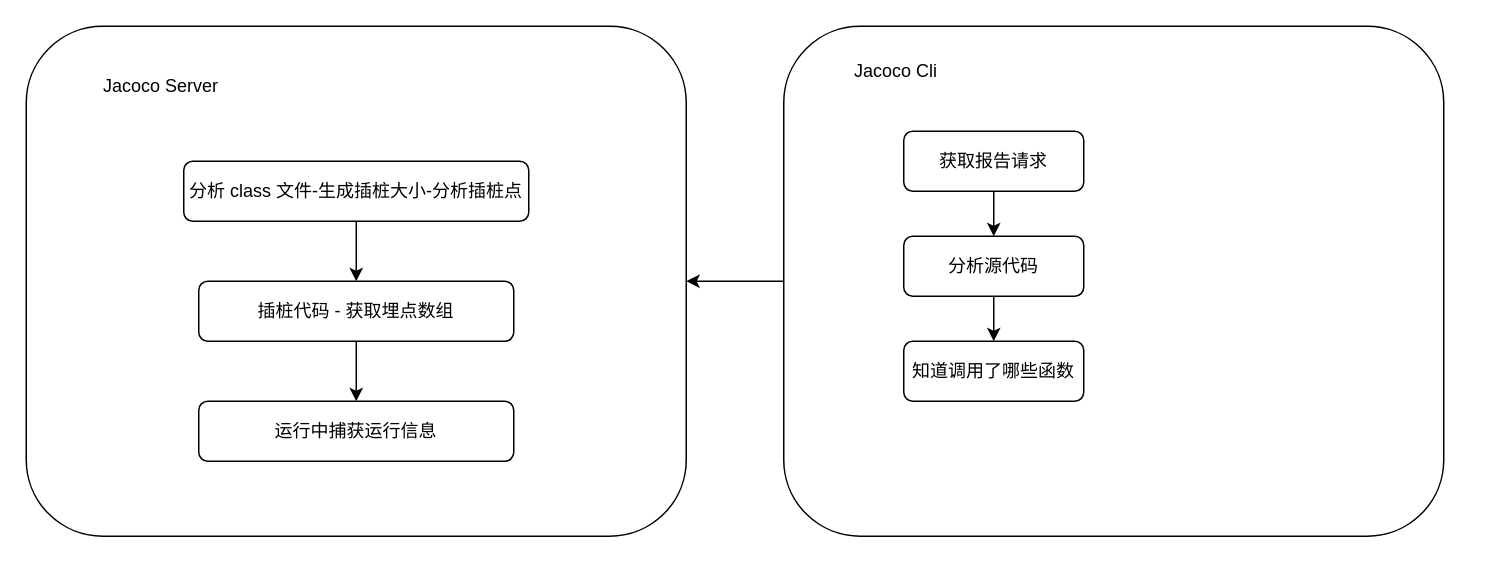
This is draw.io/jacoco 流程.drawio from KeatonLi/pictures, a draw.io file, before an edit. Source tidied: cells renumbered, new cells numbered last; positions are measured from the earlier drawing's top-left corner, leaving out a move shared by most shapes. Both pictures are drawn from the tidied source at 150%, with x=0, y=0 at pixel (26, 26).
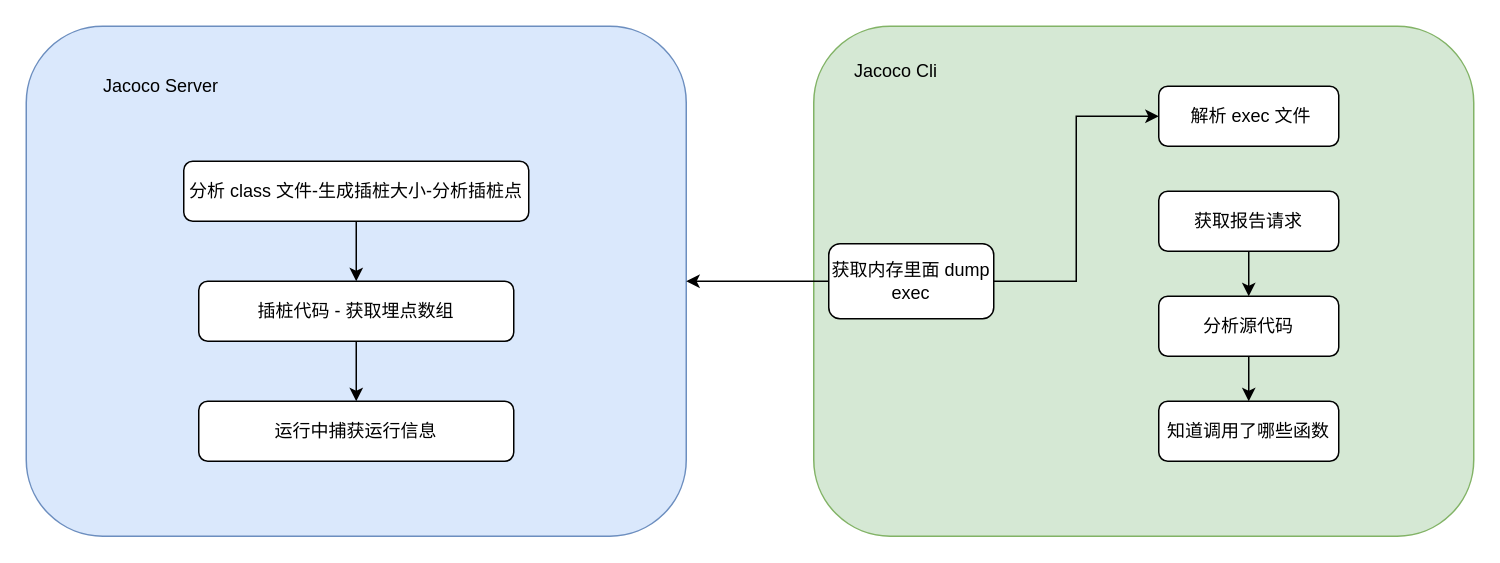
The same page after the edit.

What changed in the source:
```diff
@@
 <mxGraphModel>
   <root>
     <mxCell id="0" />
     <mxCell id="1" parent="0" />
-    <mxCell id="2" style="rounded=1;whiteSpace=wrap;html=1;" parent="1" vertex="1">
-      <mxGeometry x="505" width="440" height="340" as="geometry" />
+    <mxCell id="2" style="rounded=1;whiteSpace=wrap;html=1;fillColor=#d5e8d4;strokeColor=#82b366;" parent="1" vertex="1">
+      <mxGeometry x="525" width="440" height="340" as="geometry" />
     </mxCell>
-    <mxCell id="3" style="rounded=1;whiteSpace=wrap;html=1;" parent="1" vertex="1">
+    <mxCell id="3" style="rounded=1;whiteSpace=wrap;html=1;fillColor=#dae8fc;strokeColor=#6c8ebf;" parent="1" vertex="1">
       <mxGeometry width="440" height="340" as="geometry" />
     </mxCell>
     <mxCell id="4" style="edgeStyle=orthogonalEdgeStyle;rounded=0;jettySize=auto;html=1;" parent="1" edge="1" source="5" target="8">
       <mxGeometry relative="1" as="geometry" />
     </mxCell>
     <mxCell id="5" value="插桩代码 - 获取埋点数组" style="rounded=1;whiteSpace=wrap;html=1;" parent="1" vertex="1">
       <mxGeometry x="115" y="170" width="210" height="40" as="geometry" />
     </mxCell>
     <mxCell id="6" style="edgeStyle=orthogonalEdgeStyle;rounded=0;jettySize=auto;html=1;" parent="1" edge="1" source="7" target="5">
       <mxGeometry relative="1" as="geometry" />
     </mxCell>
     <mxCell id="7" value="分析 class 文件-生成插桩大小-分析插桩点" style="rounded=1;whiteSpace=wrap;html=1;" parent="1" vertex="1">
       <mxGeometry x="105" y="90" width="230" height="40" as="geometry" />
     </mxCell>
     <mxCell id="8" value="运行中捕获运行信息" style="rounded=1;whiteSpace=wrap;html=1;" parent="1" vertex="1">
       <mxGeometry x="115" y="250" width="210" height="40" as="geometry" />
     </mxCell>
     <mxCell id="9" value="Jacoco Server" style="text;html=1;align=center;verticalAlign=middle;whiteSpace=wrap;rounded=0;" parent="1" vertex="1">
       <mxGeometry x="25" y="30" width="130" height="20" as="geometry" />
     </mxCell>
     <mxCell id="10" value="Jacoco Cli" style="text;html=1;align=center;verticalAlign=middle;whiteSpace=wrap;rounded=0;" parent="1" vertex="1">
       <mxGeometry x="515" y="20" width="130" height="20" as="geometry" />
     </mxCell>
     <mxCell id="11" style="edgeStyle=orthogonalEdgeStyle;rounded=0;jettySize=auto;html=1;entryX=0.5;entryY=0;entryDx=0;entryDy=0;" parent="1" edge="1" source="12" target="14">
       <mxGeometry relative="1" as="geometry" />
     </mxCell>
     <mxCell id="12" value="获取报告请求" style="rounded=1;whiteSpace=wrap;html=1;" parent="1" vertex="1">
-      <mxGeometry x="585" y="70" width="120" height="40" as="geometry" />
+      <mxGeometry x="755" y="110" width="120" height="40" as="geometry" />
     </mxCell>
     <mxCell id="13" style="edgeStyle=orthogonalEdgeStyle;rounded=0;jettySize=auto;html=1;" parent="1" edge="1" source="14" target="16">
       <mxGeometry relative="1" as="geometry" />
     </mxCell>
     <mxCell id="14" value="分析源代码" style="rounded=1;whiteSpace=wrap;html=1;" parent="1" vertex="1">
-      <mxGeometry x="585" y="140" width="120" height="40" as="geometry" />
+      <mxGeometry x="755" y="180" width="120" height="40" as="geometry" />
     </mxCell>
-    <mxCell id="15" style="endArrow=classic;html=1;rounded=0;entryX=1;entryY=0.5;entryDx=0;entryDy=0;exitX=0;exitY=0.5;exitDx=0;exitDy=0;" parent="1" edge="1" source="2" target="3">
+    <mxCell id="15" style="endArrow=classic;html=1;rounded=0;entryX=1;entryY=0.5;entryDx=0;entryDy=0;exitX=0;exitY=0.5;exitDx=0;exitDy=0;" parent="1" edge="1" source="18" target="3">
       <mxGeometry relative="1" as="geometry" />
     </mxCell>
     <mxCell id="16" value="知道调用了哪些函数" style="rounded=1;whiteSpace=wrap;html=1;" parent="1" vertex="1">
-      <mxGeometry x="585" y="210" width="120" height="40" as="geometry" />
+      <mxGeometry x="755" y="250" width="120" height="40" as="geometry" />
     </mxCell>
+    <mxCell id="17" style="edgeStyle=orthogonalEdgeStyle;rounded=0;jettySize=auto;html=1;entryX=0;entryY=0.5;entryDx=0;entryDy=0;" parent="1" edge="1" source="18" target="19">
+      <mxGeometry relative="1" as="geometry" />
+    </mxCell>
+    <mxCell id="18" value="获取内存里面 dump&lt;br&gt;exec" style="rounded=1;whiteSpace=wrap;html=1;" parent="1" vertex="1">
+      <mxGeometry x="535" y="145" width="110" height="50" as="geometry" />
+    </mxCell>
+    <mxCell id="19" value="&amp;nbsp;解析 exec 文件" style="rounded=1;whiteSpace=wrap;html=1;" parent="1" vertex="1">
+      <mxGeometry x="755" y="40" width="120" height="40" as="geometry" />
+    </mxCell>
   </root>
 </mxGraphModel>
```
